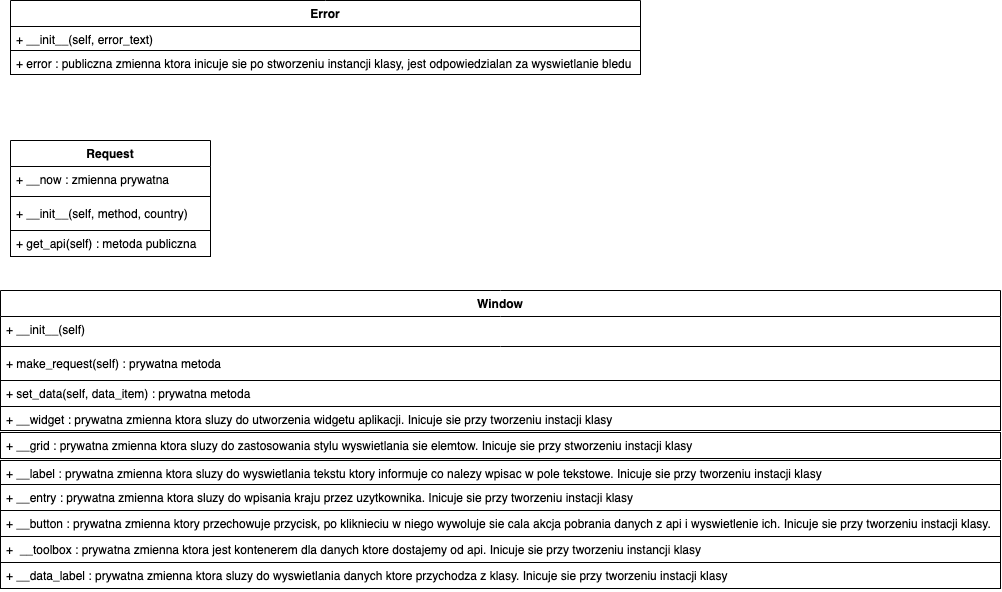
Above: UMLClasses.png in Parodix007/CovidApp-Python (draw.io), before the change. Source tidied: cells renumbered, new cells last; positions are measured from the earlier drawing's top-left corner, leaving out a move shared by most shapes.
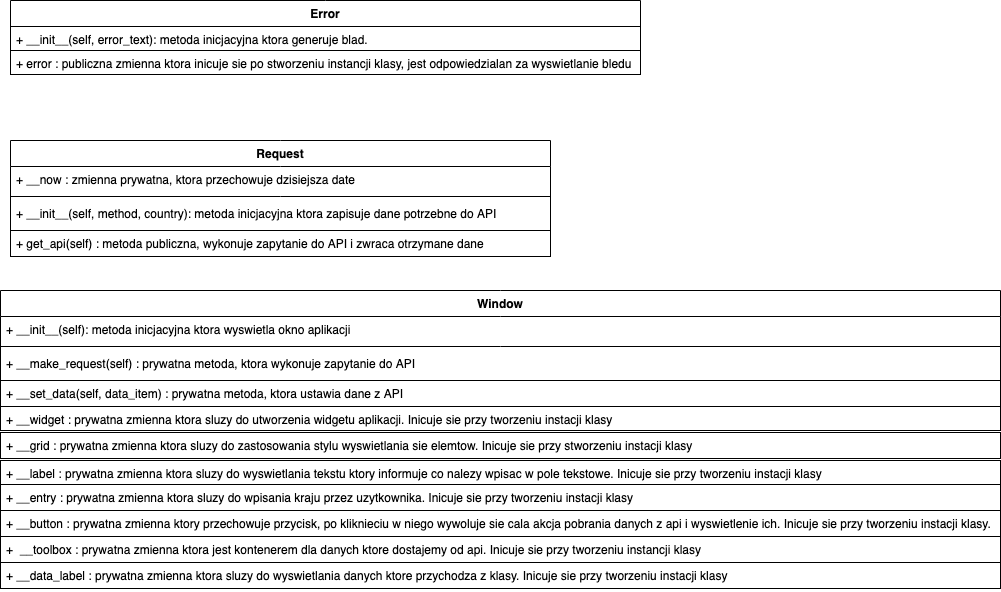
The same diagram one commit later.

Commit message:
Poprawienie i dodanie opisu do UML Klas

Change to the diagram source:
```diff
@@ -24,33 +24,33 @@
       <mxGeometry y="562" width="1000" height="26" as="geometry" />
     </mxCell>
     <mxCell id="9" value="Request" style="swimlane;fontStyle=1;align=center;verticalAlign=top;horizontal=1;startSize=26;" parent="1" vertex="1">
-      <mxGeometry x="10" y="140" width="200" height="116" as="geometry" />
+      <mxGeometry x="10" y="140" width="540" height="116" as="geometry" />
     </mxCell>
-    <mxCell id="10" value="+ __now : zmienna prywatna" style="text;strokeColor=none;fillColor=none;align=left;verticalAlign=top;spacingLeft=4;spacingRight=4;overflow=hidden;" parent="9" vertex="1">
-      <mxGeometry y="26" width="200" height="26" as="geometry" />
+    <mxCell id="10" value="+ __now : zmienna prywatna, ktora przechowuje dzisiejsza date" style="text;strokeColor=none;fillColor=none;align=left;verticalAlign=top;spacingLeft=4;spacingRight=4;overflow=hidden;" parent="9" vertex="1">
+      <mxGeometry y="26" width="540" height="26" as="geometry" />
     </mxCell>
     <mxCell id="11" style="line;strokeWidth=1;fillColor=none;align=left;verticalAlign=middle;spacingTop=-1;spacingLeft=3;spacingRight=3;labelPosition=right;" parent="9" vertex="1">
-      <mxGeometry y="52" width="200" height="8" as="geometry" />
+      <mxGeometry y="52" width="540" height="8" as="geometry" />
     </mxCell>
-    <mxCell id="12" value="+ __init__(self, method, country)" style="text;strokeColor=none;fillColor=none;align=left;verticalAlign=top;spacingLeft=4;spacingRight=4;overflow=hidden;" parent="9" vertex="1">
-      <mxGeometry y="60" width="200" height="30" as="geometry" />
+    <mxCell id="12" value="+ __init__(self, method, country): metoda inicjacyjna ktora zapisuje dane potrzebne do API " style="text;strokeColor=none;fillColor=none;align=left;verticalAlign=top;spacingLeft=4;spacingRight=4;overflow=hidden;" parent="9" vertex="1">
+      <mxGeometry y="60" width="540" height="30" as="geometry" />
     </mxCell>
-    <mxCell id="13" value="+ get_api(self) : metoda publiczna" style="text;align=left;verticalAlign=top;spacingLeft=4;spacingRight=4;overflow=hidden;strokeColor=#000000;" parent="9" vertex="1">
-      <mxGeometry y="90" width="200" height="26" as="geometry" />
+    <mxCell id="13" value="+ get_api(self) : metoda publiczna, wykonuje zapytanie do API i zwraca otrzymane dane" style="text;align=left;verticalAlign=top;spacingLeft=4;spacingRight=4;overflow=hidden;strokeColor=#000000;" parent="9" vertex="1">
+      <mxGeometry y="90" width="540" height="26" as="geometry" />
     </mxCell>
     <mxCell id="14" value="Window" style="swimlane;fontStyle=1;align=center;verticalAlign=top;horizontal=1;startSize=26;" parent="1" vertex="1">
       <mxGeometry y="290" width="1000" height="140" as="geometry" />
     </mxCell>
-    <mxCell id="15" value="+ __init__(self)" style="text;strokeColor=none;fillColor=none;align=left;verticalAlign=top;spacingLeft=4;spacingRight=4;overflow=hidden;" parent="14" vertex="1">
+    <mxCell id="15" value="+ __init__(self): metoda inicjacyjna ktora wyswietla okno aplikacji" style="text;strokeColor=none;fillColor=none;align=left;verticalAlign=top;spacingLeft=4;spacingRight=4;overflow=hidden;" parent="14" vertex="1">
       <mxGeometry y="26" width="1000" height="26" as="geometry" />
     </mxCell>
     <mxCell id="16" style="line;strokeWidth=1;fillColor=none;align=left;verticalAlign=middle;spacingTop=-1;spacingLeft=3;spacingRight=3;labelPosition=right;" parent="14" vertex="1">
       <mxGeometry y="52" width="1000" height="8" as="geometry" />
     </mxCell>
-    <mxCell id="17" value="+ make_request(self) : prywatna metoda&#10;" style="text;strokeColor=none;fillColor=none;align=left;verticalAlign=top;spacingLeft=4;spacingRight=4;overflow=hidden;" parent="14" vertex="1">
+    <mxCell id="17" value="+ __make_request(self) : prywatna metoda, ktora wykonuje zapytanie do API&#10;" style="text;strokeColor=none;fillColor=none;align=left;verticalAlign=top;spacingLeft=4;spacingRight=4;overflow=hidden;" parent="14" vertex="1">
       <mxGeometry y="60" width="1000" height="30" as="geometry" />
     </mxCell>
-    <mxCell id="18" value="+ set_data(self, data_item) : prywatna metoda" style="text;align=left;verticalAlign=top;spacingLeft=4;spacingRight=4;overflow=hidden;strokeColor=#000000;" parent="14" vertex="1">
+    <mxCell id="18" value="+ __set_data(self, data_item) : prywatna metoda, ktora ustawia dane z API" style="text;align=left;verticalAlign=top;spacingLeft=4;spacingRight=4;overflow=hidden;strokeColor=#000000;" parent="14" vertex="1">
       <mxGeometry y="90" width="1000" height="26" as="geometry" />
     </mxCell>
     <mxCell id="19" value="+ __widget : prywatna zmienna ktora sluzy do utworzenia widgetu aplikacji. Inicuje sie przy tworzeniu instacji klasy" style="text;align=left;verticalAlign=top;spacingLeft=4;spacingRight=4;overflow=hidden;strokeColor=#000000;" parent="14" vertex="1">
@@ -59,7 +59,7 @@
     <mxCell id="20" value="Error" style="swimlane;fontStyle=1;align=center;verticalAlign=top;horizontal=1;startSize=26;" parent="1" vertex="1">
       <mxGeometry x="10" width="630" height="50" as="geometry" />
     </mxCell>
-    <mxCell id="21" value="+ __init__(self, error_text)" style="text;fillColor=none;align=left;verticalAlign=top;spacingLeft=4;spacingRight=4;overflow=hidden;strokeColor=#000000;" parent="20" vertex="1">
+    <mxCell id="21" value="+ __init__(self, error_text): metoda inicjacyjna ktora generuje blad." style="text;fillColor=none;align=left;verticalAlign=top;spacingLeft=4;spacingRight=4;overflow=hidden;strokeColor=#000000;" parent="20" vertex="1">
       <mxGeometry y="26" width="630" height="24" as="geometry" />
     </mxCell>
   </root>
```
